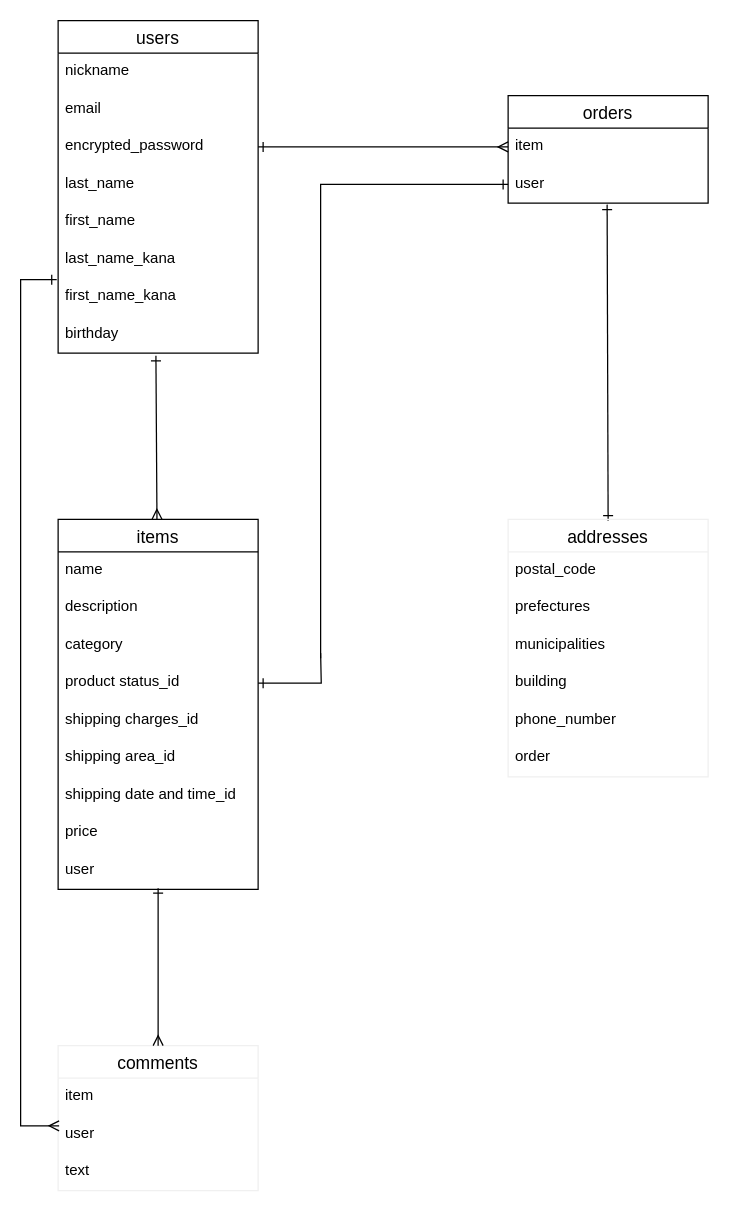
This is er.dio from shotaoba/furima-35958, a draw.io file, before an edit. Source tidied: cells renumbered, new cells numbered last; positions are measured from the earlier drawing's top-left corner, leaving out a move shared by most shapes. Both pictures are drawn from the tidied source at 125%, with x=0, y=0 at pixel (20, 20).
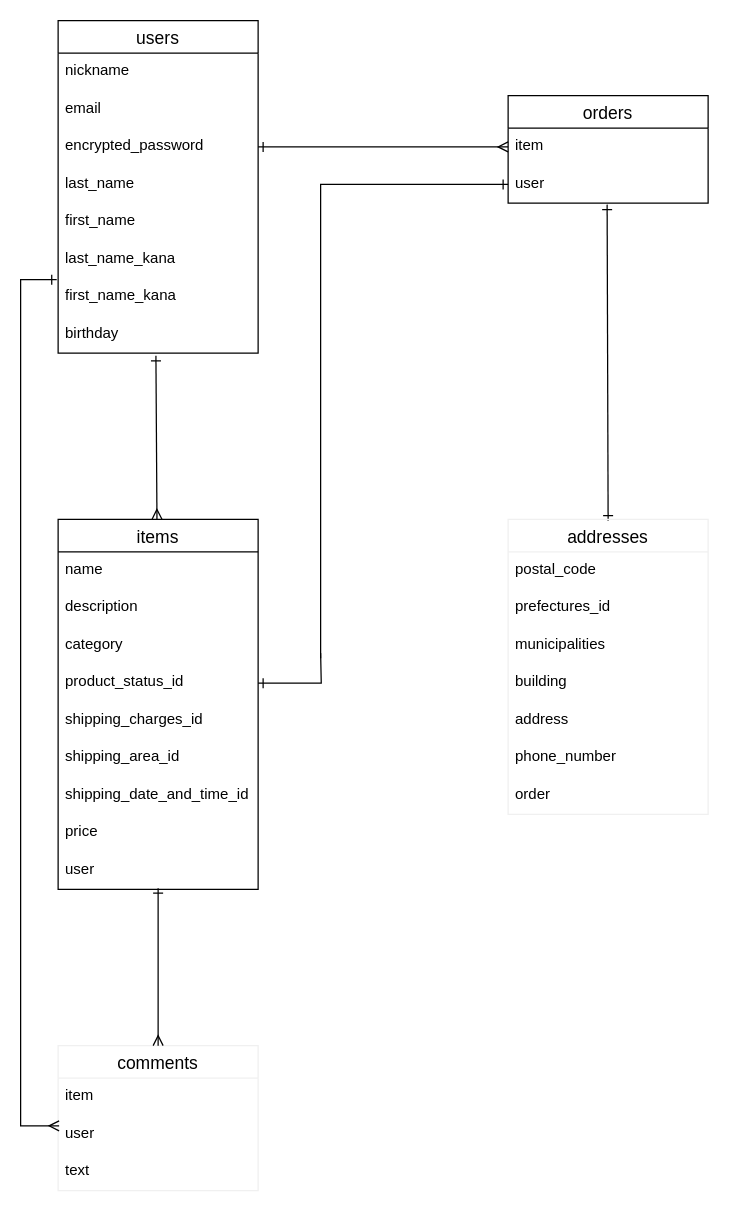
The same diagram, later.

Unchanged cells that the change refers to:
```xml
<mxCell id="11" value="items" style="swimlane;fontStyle=0;horizontal=1;startSize=26;align=center;fontSize=14;" parent="1" vertex="1">
  <mxGeometry x="30" y="399" width="160" height="296" as="geometry" />
</mxCell>
```

Diff of the diagram source:
```diff
@@
-    <mxCell id="15" value="product status_id" style="text;strokeColor=none;fillColor=none;spacingLeft=4;spacingRight=4;overflow=hidden;points=[[0,0.5],[1,0.5]];portConstraint=eastwest;fontSize=12;" parent="11" vertex="1">
+    <mxCell id="15" value="product_status_id" style="text;strokeColor=none;fillColor=none;spacingLeft=4;spacingRight=4;overflow=hidden;points=[[0,0.5],[1,0.5]];portConstraint=eastwest;fontSize=12;" parent="11" vertex="1">
       <mxGeometry y="116" width="160" height="30" as="geometry" />
     </mxCell>
-    <mxCell id="16" value="shipping charges_id" style="text;strokeColor=none;fillColor=none;spacingLeft=4;spacingRight=4;overflow=hidden;fontSize=12;" parent="11" vertex="1">
+    <mxCell id="16" value="shipping_charges_id" style="text;strokeColor=none;fillColor=none;spacingLeft=4;spacingRight=4;overflow=hidden;fontSize=12;" parent="11" vertex="1">
       <mxGeometry y="146" width="160" height="30" as="geometry" />
     </mxCell>
-    <mxCell id="17" value="shipping area_id" style="text;strokeColor=none;fillColor=none;spacingLeft=4;spacingRight=4;overflow=hidden;fontSize=12;" parent="11" vertex="1">
+    <mxCell id="17" value="shipping_area_id" style="text;strokeColor=none;fillColor=none;spacingLeft=4;spacingRight=4;overflow=hidden;fontSize=12;" parent="11" vertex="1">
       <mxGeometry y="176" width="160" height="30" as="geometry" />
     </mxCell>
-    <mxCell id="18" value="shipping date and time_id" style="text;strokeColor=none;fillColor=none;spacingLeft=4;spacingRight=4;overflow=hidden;fontSize=12;" parent="11" vertex="1">
+    <mxCell id="18" value="shipping_date_and_time_id" style="text;strokeColor=none;fillColor=none;spacingLeft=4;spacingRight=4;overflow=hidden;fontSize=12;" parent="11" vertex="1">
       <mxGeometry y="206" width="160" height="30" as="geometry" />
     </mxCell>
@@
     <mxCell id="32" value="addresses" style="swimlane;fontStyle=0;horizontal=1;startSize=26;align=center;fontSize=14;strokeColor=#F0F0F0;fillColor=none;" parent="1" vertex="1">
-      <mxGeometry x="390" y="399" width="160" height="206" as="geometry" />
+      <mxGeometry x="390" y="399" width="160" height="236" as="geometry" />
     </mxCell>
@@
-    <mxCell id="34" value="prefectures" style="text;strokeColor=none;fillColor=none;spacingLeft=4;spacingRight=4;overflow=hidden;fontSize=12;" parent="32" vertex="1">
+    <mxCell id="34" value="prefectures_id" style="text;strokeColor=none;fillColor=none;spacingLeft=4;spacingRight=4;overflow=hidden;fontSize=12;" parent="32" vertex="1">
       <mxGeometry y="56" width="160" height="30" as="geometry" />
     </mxCell>
@@
+    <mxCell id="42" value="address" style="text;strokeColor=none;fillColor=none;spacingLeft=4;spacingRight=4;overflow=hidden;fontSize=12;" parent="32" vertex="1">
+      <mxGeometry y="146" width="160" height="30" as="geometry" />
+    </mxCell>
     <mxCell id="37" value="phone_number" style="text;strokeColor=none;fillColor=none;spacingLeft=4;spacingRight=4;overflow=hidden;fontSize=12;" parent="32" vertex="1">
-      <mxGeometry y="146" width="160" height="30" as="geometry" />
+      <mxGeometry y="176" width="160" height="30" as="geometry" />
     </mxCell>
     <mxCell id="38" value="order" style="text;strokeColor=none;fillColor=none;spacingLeft=4;spacingRight=4;overflow=hidden;fontSize=12;" parent="32" vertex="1">
-      <mxGeometry y="176" width="160" height="30" as="geometry" />
+      <mxGeometry y="206" width="160" height="30" as="geometry" />
     </mxCell>
```
